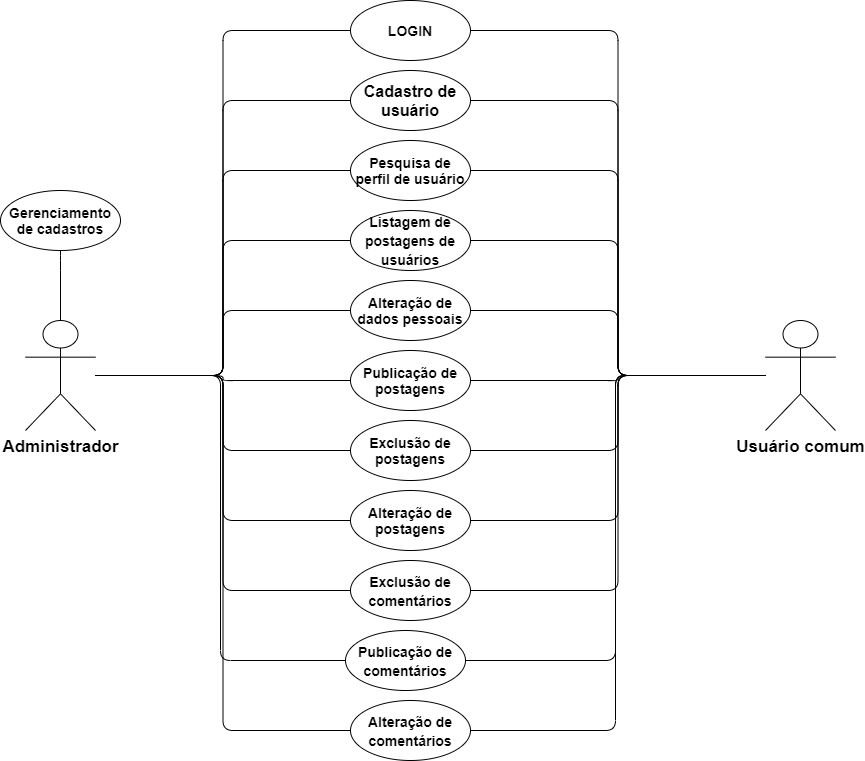
This is diagrama_caso_de_uso.png from cp2-dc-info-projeto-final/equilibrium, a draw.io export, as it was before one commit. Source tidied: cells renumbered, new cells last; positions are measured from the earlier drawing's top-left corner, leaving out a move shared by most shapes.
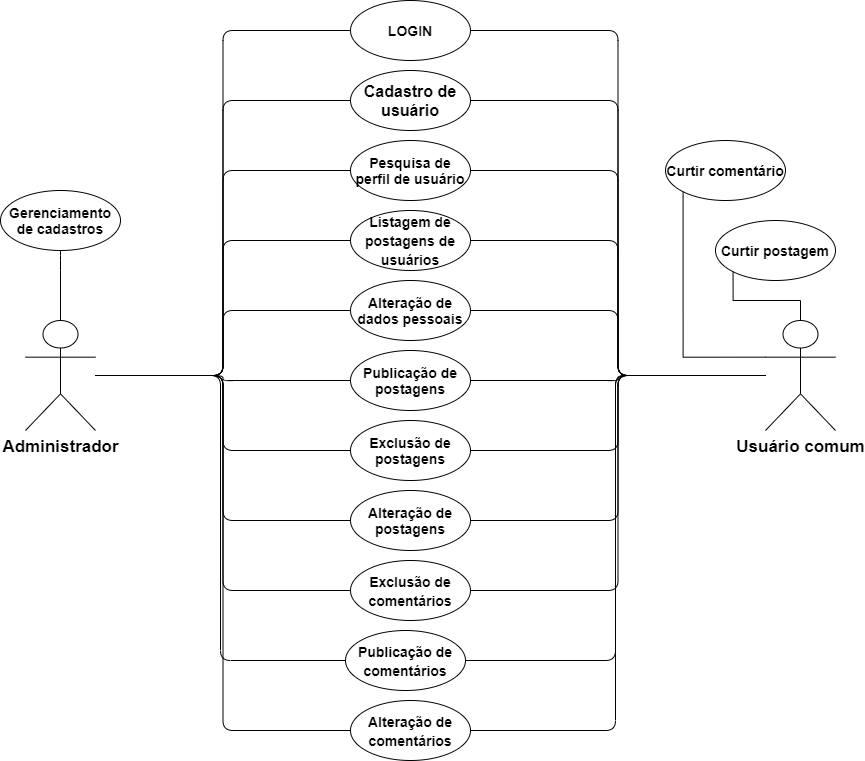
After the commit.

Commit message:
Adicionando o caso de uso de curtidas

em postagens e comentários.

The edit, as a diff of the source:
```diff
@@ -128,5 +128,17 @@
         </Array>
       </mxGeometry>
     </mxCell>
+    <mxCell id="39" value="&lt;span style=&quot;font-size: 14px&quot;&gt;&lt;b&gt;Curtir postagem&lt;/b&gt;&lt;/span&gt;" style="ellipse;whiteSpace=wrap;html=1;" parent="1" vertex="1">
+      <mxGeometry x="715" y="220" width="120" height="60" as="geometry" />
+    </mxCell>
+    <mxCell id="40" value="&lt;span style=&quot;font-size: 16px&quot;&gt;&lt;b style=&quot;font-size: 14px&quot;&gt;Curtir comentário&lt;/b&gt;&lt;/span&gt;" style="ellipse;whiteSpace=wrap;html=1;" parent="1" vertex="1">
+      <mxGeometry x="665" y="140" width="120" height="60" as="geometry" />
+    </mxCell>
+    <mxCell id="41" style="endArrow=none;html=1;rounded=0;edgeStyle=orthogonalEdgeStyle;entryX=0;entryY=1;entryDx=0;entryDy=0;exitX=0;exitY=0.3333333333333333;exitDx=0;exitDy=0;exitPerimeter=0;" parent="1" edge="1" source="3" target="40">
+      <mxGeometry relative="1" as="geometry" />
+    </mxCell>
+    <mxCell id="42" style="endArrow=none;html=1;rounded=0;edgeStyle=orthogonalEdgeStyle;entryX=0;entryY=1;entryDx=0;entryDy=0;" parent="1" edge="1" source="3" target="39">
+      <mxGeometry relative="1" as="geometry" />
+    </mxCell>
   </root>
 </mxGraphModel>
```
